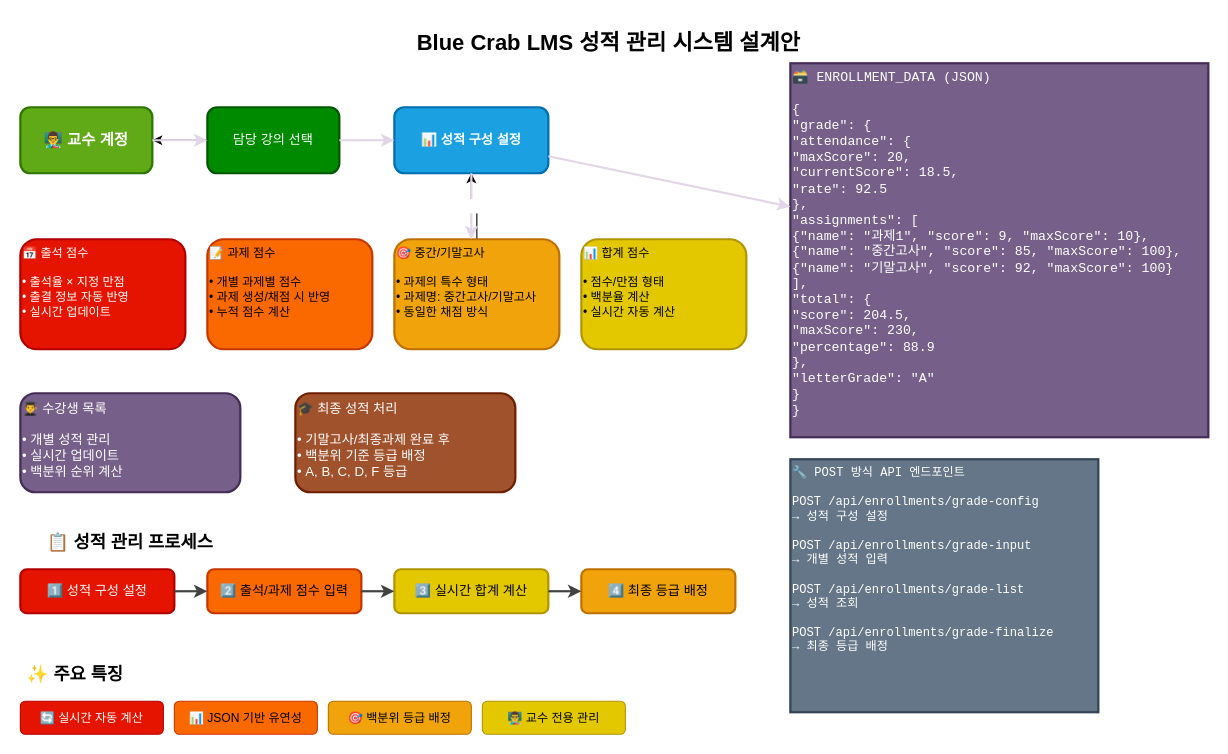
Before: backend/BlueCrab/docs/강의관련기능/성적관리/성적관리시스템_설계안_수정.drawio in hooting76/blue-crab-lms, a draw.io diagram. Source tidied: cells renumbered, new cells numbered last; positions are measured from the earlier drawing's top-left corner, leaving out a move shared by most shapes. Both pictures are drawn from the tidied source at 110%, with x=0, y=0 at pixel (20, 19).
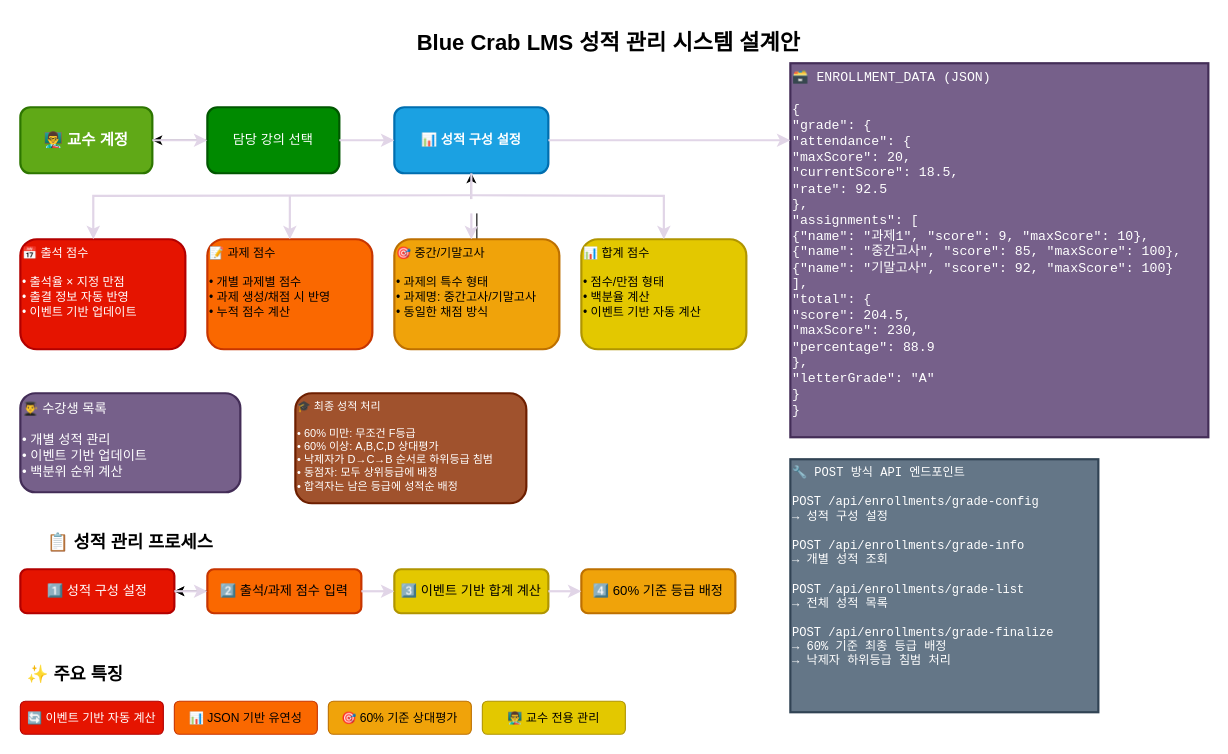
The same diagram, later.

The change refers to these unchanged cells:
```xml
<mxCell id="6" value="📊 성적 구성 설정" style="rounded=1;whiteSpace=wrap;html=1;fillColor=#1ba1e2;strokeColor=#006EAF;strokeWidth=2;fontSize=12;fontStyle=1;fontColor=#ffffff;" parent="1" vertex="1">
  <mxGeometry x="340" y="80" width="140" height="60" as="geometry" />
</mxCell>
<mxCell id="8" value="📝 과제 점수&#10;&#10;• 개별 과제별 점수&#10;• 과제 생성/채점 시 반영&#10;• 누적 점수 계산" style="rounded=1;whiteSpace=wrap;html=1;fillColor=#fa6800;strokeColor=#C73500;strokeWidth=2;fontSize=11;align=left;verticalAlign=top;fontColor=#000000;" parent="1" vertex="1">
  <mxGeometry x="170" y="200" width="150" height="100" as="geometry" />
</mxCell>
<mxCell id="12" value="&lt;font style=&quot;font-size: 12px;&quot;&gt;🗃️ ENROLLMENT_DATA (JSON)&lt;br&gt;&lt;br&gt;{&lt;br&gt;  &quot;grade&quot;: {&lt;br&gt;    &quot;attendance&quot;: {&lt;br&gt;      &quot;maxScore&quot;: 20,&lt;br&gt;      &quot;currentScore&quot;: 18.5,&lt;br&gt;      &quot;rate&quot;: 92.5&lt;br&gt;    },&lt;br&gt;    &quot;assignments&quot;: [&lt;br&gt;      {&quot;name&quot;: &quot;과제1&quot;, &quot;score&quot;: 9, &quot;maxScore&quot;: 10},&lt;br&gt;      {&quot;name&quot;: &quot;중간고사&quot;, &quot;score&quot;: 85, &quot;maxScore&quot;: 100},&lt;br&gt;      {&quot;name&quot;: &quot;기말고사&quot;, &quot;score&quot;: 92, &quot;maxScore&quot;: 100}&lt;br&gt;    ],&lt;br&gt;    &quot;total&quot;: {&lt;br&gt;      &quot;score&quot;: 204.5,&lt;br&gt;      &quot;maxScore&quot;: 230,&lt;br&gt;      &quot;percentage&quot;: 88.9&lt;br&gt;    },&lt;br&gt;    &quot;letterGrade&quot;: &quot;A&quot;&lt;br&gt;  }&lt;br&gt;}&lt;/font&gt;" style="rounded=0;whiteSpace=wrap;html=1;fillColor=#76608a;strokeColor=#432D57;strokeWidth=2;fontSize=10;align=left;verticalAlign=top;fontFamily=Courier New;fontColor=#ffffff;" parent="1" vertex="1">
  <mxGeometry x="700" y="40" width="380" height="340" as="geometry" />
</mxCell>
<mxCell id="21" value="1️⃣ 성적 구성 설정" style="rounded=1;whiteSpace=wrap;html=1;fillColor=#e51400;strokeColor=#B20000;strokeWidth=2;fontSize=12;fontColor=#ffffff;" parent="1" vertex="1">
  <mxGeometry y="500" width="140" height="40" as="geometry" />
</mxCell>
<mxCell id="22" value="2️⃣ 출석/과제 점수 입력" style="rounded=1;whiteSpace=wrap;html=1;fillColor=#fa6800;strokeColor=#C73500;strokeWidth=2;fontSize=12;fontColor=#000000;" parent="1" vertex="1">
  <mxGeometry x="170" y="500" width="140" height="40" as="geometry" />
</mxCell>
```

Change to the diagram source:
```diff
@@
-    <mxCell id="7" value="📅 출석 점수&#10;&#10;• 출석율 × 지정 만점&#10;• 출결 정보 자동 반영&#10;• 실시간 업데이트" style="rounded=1;whiteSpace=wrap;html=1;fillColor=#e51400;strokeColor=#B20000;strokeWidth=2;fontSize=11;align=left;verticalAlign=top;fontColor=#ffffff;" parent="1" vertex="1">
+    <mxCell id="7" value="📅 출석 점수&#10;&#10;• 출석율 × 지정 만점&#10;• 출결 정보 자동 반영&#10;• 이벤트 기반 업데이트" style="rounded=1;whiteSpace=wrap;html=1;fillColor=#e51400;strokeColor=#B20000;strokeWidth=2;fontSize=11;align=left;verticalAlign=top;fontColor=#ffffff;" parent="1" vertex="1">
       <mxGeometry y="200" width="150" height="100" as="geometry" />
     </mxCell>
@@
-    <mxCell id="11" value="📊 합계 점수&#10;&#10;• 점수/만점 형태&#10;• 백분율 계산&#10;• 실시간 자동 계산" style="rounded=1;whiteSpace=wrap;html=1;fillColor=#e3c800;strokeColor=#B09500;strokeWidth=2;fontSize=11;align=left;verticalAlign=top;fontColor=#000000;" parent="1" vertex="1">
+    <mxCell id="11" value="📊 합계 점수&#10;&#10;• 점수/만점 형태&#10;• 백분율 계산&#10;• 이벤트 기반 자동 계산" style="rounded=1;whiteSpace=wrap;html=1;fillColor=#e3c800;strokeColor=#B09500;strokeWidth=2;fontSize=11;align=left;verticalAlign=top;fontColor=#000000;" parent="1" vertex="1">
       <mxGeometry x="510" y="200" width="150" height="100" as="geometry" />
     </mxCell>
@@
-    <mxCell id="13" value="👨‍🎓 수강생 목록&#10;&#10;• 개별 성적 관리&#10;• 실시간 업데이트&#10;• 백분위 순위 계산" style="rounded=1;whiteSpace=wrap;html=1;fillColor=#76608a;strokeColor=#432D57;strokeWidth=2;fontSize=12;align=left;verticalAlign=top;fontColor=#ffffff;" parent="1" vertex="1">
+    <mxCell id="13" value="👨‍🎓 수강생 목록&#10;&#10;• 개별 성적 관리&#10;• 이벤트 기반 업데이트&#10;• 백분위 순위 계산" style="rounded=1;whiteSpace=wrap;html=1;fillColor=#76608a;strokeColor=#432D57;strokeWidth=2;fontSize=12;align=left;verticalAlign=top;fontColor=#ffffff;" parent="1" vertex="1">
       <mxGeometry y="340" width="200" height="90" as="geometry" />
     </mxCell>
-    <mxCell id="14" value="🎓 최종 성적 처리&#10;&#10;• 기말고사/최종과제 완료 후&#10;• 백분위 기준 등급 배정&#10;• A, B, C, D, F 등급" style="rounded=1;whiteSpace=wrap;html=1;fillColor=#a0522d;strokeColor=#6D1F00;strokeWidth=2;fontSize=12;align=left;verticalAlign=top;fontColor=#ffffff;" parent="1" vertex="1">
-      <mxGeometry x="250" y="340" width="200" height="90" as="geometry" />
+    <mxCell id="14" value="🎓 최종 성적 처리&#10;&#10;• 60% 미만: 무조건 F등급&#10;• 60% 이상: A,B,C,D 상대평가&#10;• 낙제자가 D→C→B 순서로 하위등급 침범&#10;• 동점자: 모두 상위등급에 배정&#10;• 합격자는 남은 등급에 성적순 배정" style="rounded=1;whiteSpace=wrap;html=1;fillColor=#a0522d;strokeColor=#6D1F00;strokeWidth=2;fontSize=10;align=left;verticalAlign=top;fontColor=#ffffff;" parent="1" vertex="1">
+      <mxGeometry x="250" y="340" width="210" height="100" as="geometry" />
     </mxCell>
-    <mxCell id="15" value="🔧 POST 방식 API 엔드포인트&#10;&#10;POST /api/enrollments/grade-config&#10;  → 성적 구성 설정&#10;&#10;POST /api/enrollments/grade-input&#10;  → 개별 성적 입력&#10;&#10;POST /api/enrollments/grade-list&#10;  → 성적 조회&#10;&#10;POST /api/enrollments/grade-finalize&#10;  → 최종 등급 배정" style="rounded=0;whiteSpace=wrap;html=1;fillColor=#647687;strokeColor=#314354;strokeWidth=2;fontSize=11;align=left;verticalAlign=top;fontFamily=Courier New;fontColor=#ffffff;" parent="1" vertex="1">
+    <mxCell id="15" value="🔧 POST 방식 API 엔드포인트&#10;&#10;POST /api/enrollments/grade-config&#10;  → 성적 구성 설정&#10;&#10;POST /api/enrollments/grade-info&#10;  → 개별 성적 조회&#10;&#10;POST /api/enrollments/grade-list&#10;  → 전체 성적 목록&#10;&#10;POST /api/enrollments/grade-finalize&#10;  → 60% 기준 최종 등급 배정&#10;  → 낙제자 하위등급 침범 처리" style="rounded=0;whiteSpace=wrap;html=1;fillColor=#647687;strokeColor=#314354;strokeWidth=2;fontSize=11;align=left;verticalAlign=top;fontFamily=Courier New;fontColor=#ffffff;" parent="1" vertex="1">
       <mxGeometry x="700" y="400" width="280" height="230" as="geometry" />
     </mxCell>
@@
-    <mxCell id="18" style="endArrow=classic;html=1;rounded=0;strokeWidth=2;strokeColor=light-dark(#E1D5E7,#3333FF);fontColor=light-dark(#000000,#000000);" parent="1" edge="1" source="6" target="12">
-      <mxGeometry relative="1" as="geometry" />
+    <mxCell id="18" style="endArrow=classic;html=1;rounded=0;strokeWidth=2;strokeColor=light-dark(#E1D5E7,#3333FF);fontColor=light-dark(#000000,#000000);exitX=1;exitY=0.5;exitDx=0;exitDy=0;edgeStyle=orthogonalEdgeStyle;" parent="1" edge="1" source="6" target="12">
+      <mxGeometry relative="1" as="geometry">
+        <Array as="points">
+          <mxPoint x="650" y="110" />
+          <mxPoint x="650" y="110" />
+        </Array>
+      </mxGeometry>
     </mxCell>
@@
+    <mxCell id="33" style="edgeStyle=orthogonalEdgeStyle;rounded=0;jettySize=auto;html=1;" parent="1" edge="1" source="22" target="21">
+      <mxGeometry relative="1" as="geometry" />
+    </mxCell>
+    <mxCell id="34" style="edgeStyle=orthogonalEdgeStyle;rounded=0;jettySize=auto;html=1;" parent="1" edge="1" source="22" target="21">
+      <mxGeometry relative="1" as="geometry" />
+    </mxCell>
@@
-    <mxCell id="23" value="3️⃣ 실시간 합계 계산" style="rounded=1;whiteSpace=wrap;html=1;fillColor=#e3c800;strokeColor=#B09500;strokeWidth=2;fontSize=12;fontColor=#000000;" parent="1" vertex="1">
+    <mxCell id="23" value="3️⃣ 이벤트 기반 합계 계산" style="rounded=1;whiteSpace=wrap;html=1;fillColor=#e3c800;strokeColor=#B09500;strokeWidth=2;fontSize=12;fontColor=#000000;" parent="1" vertex="1">
       <mxGeometry x="340" y="500" width="140" height="40" as="geometry" />
     </mxCell>
-    <mxCell id="24" value="4️⃣ 최종 등급 배정" style="rounded=1;whiteSpace=wrap;html=1;fillColor=#f0a30a;strokeColor=#BD7000;strokeWidth=2;fontSize=12;fontColor=#000000;" parent="1" vertex="1">
+    <mxCell id="24" value="4️⃣ 60% 기준 등급 배정" style="rounded=1;whiteSpace=wrap;html=1;fillColor=#f0a30a;strokeColor=#BD7000;strokeWidth=2;fontSize=12;fontColor=#000000;" parent="1" vertex="1">
       <mxGeometry x="510" y="500" width="140" height="40" as="geometry" />
     </mxCell>
-    <mxCell id="25" style="endArrow=classic;html=1;rounded=0;strokeWidth=2;strokeColor=#424242;fontColor=light-dark(#000000,#000000);" parent="1" edge="1">
+    <mxCell id="25" style="endArrow=classic;html=1;rounded=0;strokeWidth=2;strokeColor=light-dark(#E1D5E7,#3333FF);fontColor=light-dark(#000000,#000000);" parent="1" edge="1">
       <mxGeometry relative="1" as="geometry">
         <mxPoint x="140" y="520" as="sourcePoint" />
         <mxPoint x="170" y="520" as="targetPoint" />
       </mxGeometry>
     </mxCell>
-    <mxCell id="26" style="endArrow=classic;html=1;rounded=0;strokeWidth=2;strokeColor=#424242;fontColor=light-dark(#000000,#000000);" parent="1" edge="1">
+    <mxCell id="26" style="endArrow=classic;html=1;rounded=0;strokeWidth=2;strokeColor=light-dark(#E1D5E7,#3333FF);fontColor=light-dark(#000000,#000000);" parent="1" edge="1">
       <mxGeometry relative="1" as="geometry">
         <mxPoint x="310" y="520" as="sourcePoint" />
         <mxPoint x="340" y="520" as="targetPoint" />
       </mxGeometry>
     </mxCell>
-    <mxCell id="27" style="endArrow=classic;html=1;rounded=0;strokeWidth=2;strokeColor=#424242;fontColor=light-dark(#000000,#000000);" parent="1" edge="1">
+    <mxCell id="27" style="endArrow=classic;html=1;rounded=0;strokeWidth=2;strokeColor=light-dark(#E1D5E7,#3333FF);fontColor=light-dark(#000000,#000000);" parent="1" edge="1">
       <mxGeometry relative="1" as="geometry">
         <mxPoint x="480" y="520" as="sourcePoint" />
         <mxPoint x="510" y="520" as="targetPoint" />
       </mxGeometry>
     </mxCell>
@@
-    <mxCell id="29" value="🔄 실시간 자동 계산" style="rounded=1;whiteSpace=wrap;html=1;fillColor=#e51400;strokeColor=#B20000;strokeWidth=1;fontSize=11;fontColor=#ffffff;" parent="1" vertex="1">
+    <mxCell id="29" value="🔄 이벤트 기반 자동 계산" style="rounded=1;whiteSpace=wrap;html=1;fillColor=#e51400;strokeColor=#B20000;strokeWidth=1;fontSize=11;fontColor=#ffffff;" parent="1" vertex="1">
       <mxGeometry y="620" width="130" height="30" as="geometry" />
     </mxCell>
@@
-    <mxCell id="31" value="🎯 백분위 등급 배정" style="rounded=1;whiteSpace=wrap;html=1;fillColor=#f0a30a;strokeColor=#BD7000;strokeWidth=1;fontSize=11;fontColor=#000000;" parent="1" vertex="1">
+    <mxCell id="31" value="🎯 60% 기준 상대평가" style="rounded=1;whiteSpace=wrap;html=1;fillColor=#f0a30a;strokeColor=#BD7000;strokeWidth=1;fontSize=11;fontColor=#000000;" parent="1" vertex="1">
       <mxGeometry x="280" y="620" width="130" height="30" as="geometry" />
     </mxCell>
@@
+    <mxCell id="35" style="endArrow=classic;html=1;rounded=0;entryX=0.442;entryY=-0.001;entryDx=0;entryDy=0;entryPerimeter=0;strokeColor=light-dark(#E1D5E7,#3333FF);edgeStyle=orthogonalEdgeStyle;strokeWidth=2;" parent="1" edge="1" target="7">
+      <mxGeometry relative="1" as="geometry">
+        <mxPoint x="410" y="160" as="sourcePoint" />
+      </mxGeometry>
+    </mxCell>
+    <mxCell id="36" style="endArrow=classic;html=1;rounded=0;entryX=0.5;entryY=0;entryDx=0;entryDy=0;strokeWidth=2;strokeColor=light-dark(#E1D5E7,#3333FF);" parent="1" edge="1" target="8">
+      <mxGeometry relative="1" as="geometry">
+        <mxPoint x="245" y="160" as="sourcePoint" />
+      </mxGeometry>
+    </mxCell>
+    <mxCell id="37" style="endArrow=classic;html=1;rounded=0;entryX=0.5;entryY=0;entryDx=0;entryDy=0;edgeStyle=orthogonalEdgeStyle;strokeColor=light-dark(#E1D5E7,#3333FF);strokeWidth=2;" parent="1" edge="1" target="11">
+      <mxGeometry relative="1" as="geometry">
+        <mxPoint x="410" y="160" as="sourcePoint" />
+      </mxGeometry>
+    </mxCell>
```
